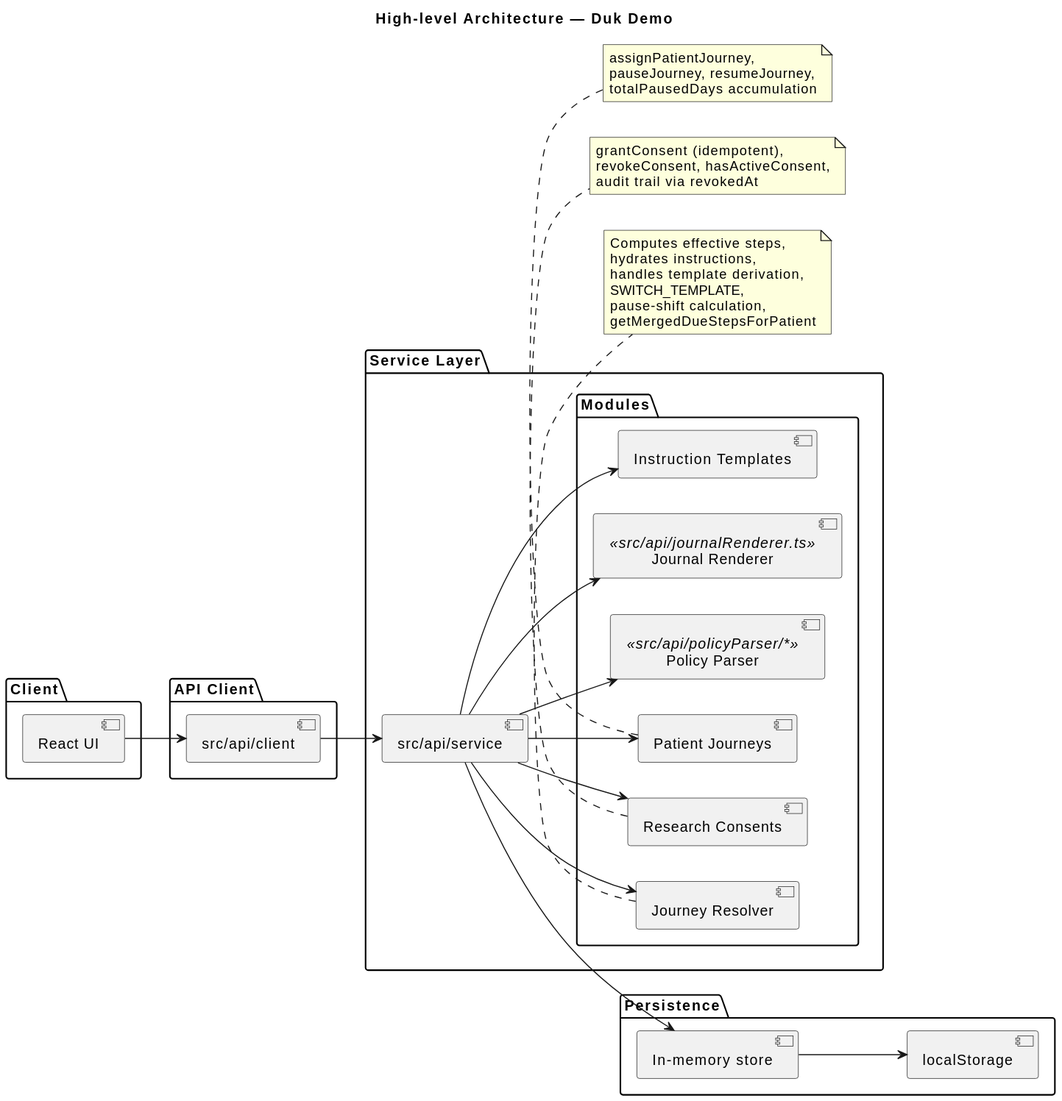
gforge/DUK keeps this PlantUML diagram as docs/diagrams/high-level-architecture.svg. Above is the earlier version.
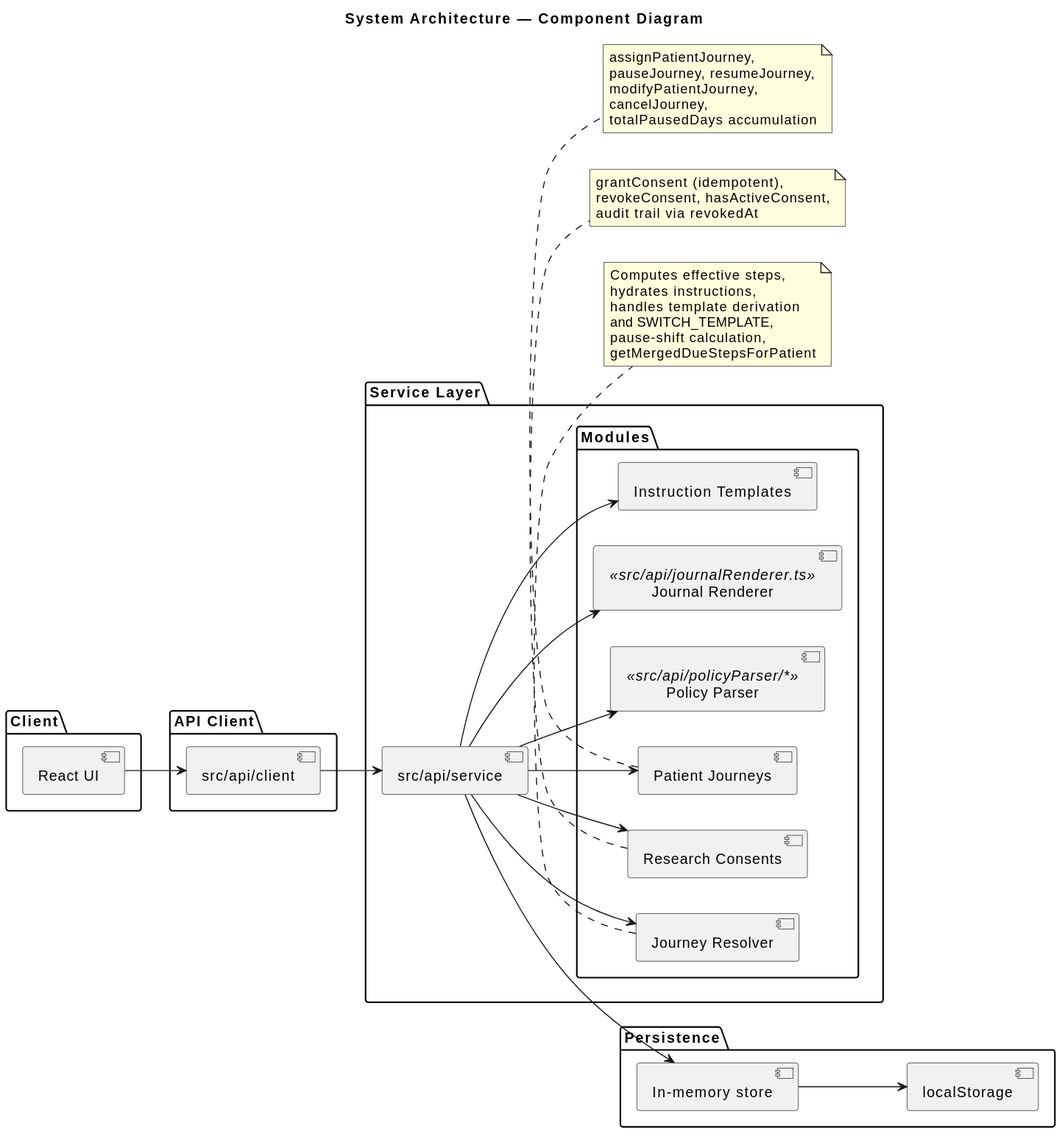
Later version of the same file.

What changed in the source:
```diff
@@ -1,5 +1,5 @@
 @startuml
-title High-level Architecture — Duk Demo
+title System Architecture — Component Diagram
 
 left to right direction
 
@@ -43,8 +43,8 @@
 note bottom of [Journey Resolver]
   Computes effective steps,
   hydrates instructions,
-  handles template derivation,
-  SWITCH_TEMPLATE,
+  handles template derivation
+  and SWITCH_TEMPLATE,
   pause-shift calculation,
   getMergedDueStepsForPatient
 end note
@@ -58,6 +58,8 @@
 note bottom of [Patient Journeys]
   assignPatientJourney,
   pauseJourney, resumeJourney,
+  modifyPatientJourney,
+  cancelJourney,
   totalPausedDays accumulation
 end note
 @enduml
```
